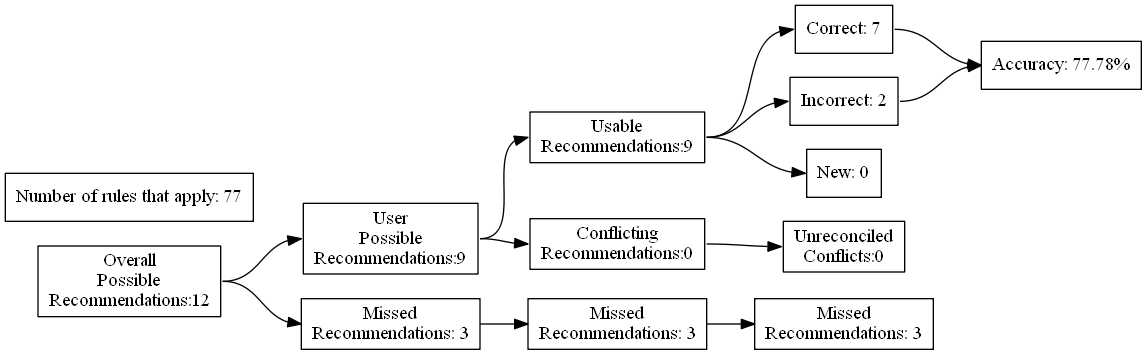
Before: test_renders/31.gv.png, a diagram exported from Graphviz (ZaxR/ibd_diet_analysis). Its source is kept beside it as test_renders/31.gv.
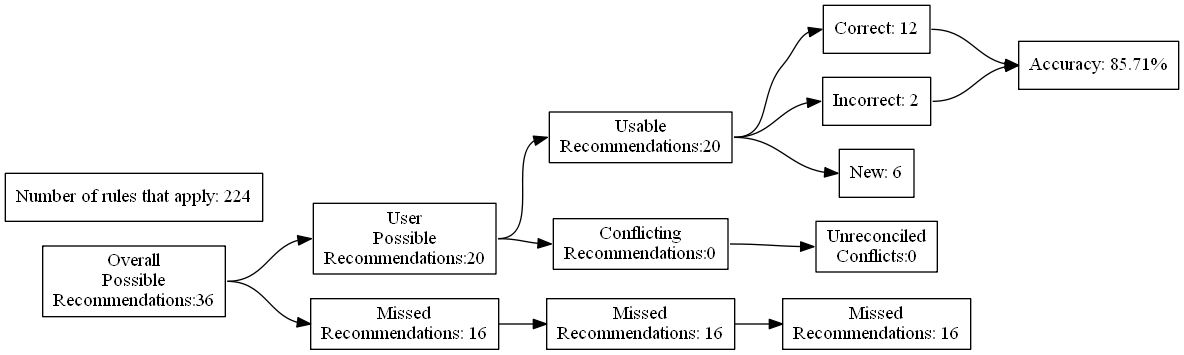
Later version of the same file.

What changed in the source:
```diff
@@ -4,27 +4,27 @@
 	edge [headport=w tailport=e]
 		A [label="Overall
 Possible
-Recommendations:12"]
+Recommendations:36"]
 		B [label="User
 Possible
-Recommendations:9"]
+Recommendations:20"]
 		C [label="Missed
-Recommendations: 3"]
+Recommendations: 16"]
 		D [label="Usable
-Recommendations:9"]
+Recommendations:20"]
 		E [label="Conflicting
 Recommendations:0"]
 		J [label="Missed
-Recommendations: 3"]
+Recommendations: 16"]
 		M [label="Unreconciled
 Conflicts:0"]
-		F [label="Correct: 7"]
+		F [label="Correct: 12"]
 		G [label="Incorrect: 2"]
-		H [label="New: 0"]
+		H [label="New: 6"]
 		K [label="Missed
-Recommendations: 3"]
-		I [label="Accuracy: 77.78%"]
-		l [label="Number of rules that apply: 77"]
+Recommendations: 16"]
+		I [label="Accuracy: 85.71%"]
+		l [label="Number of rules that apply: 224"]
 			A -> B
 			A -> C
 			B -> D
```
